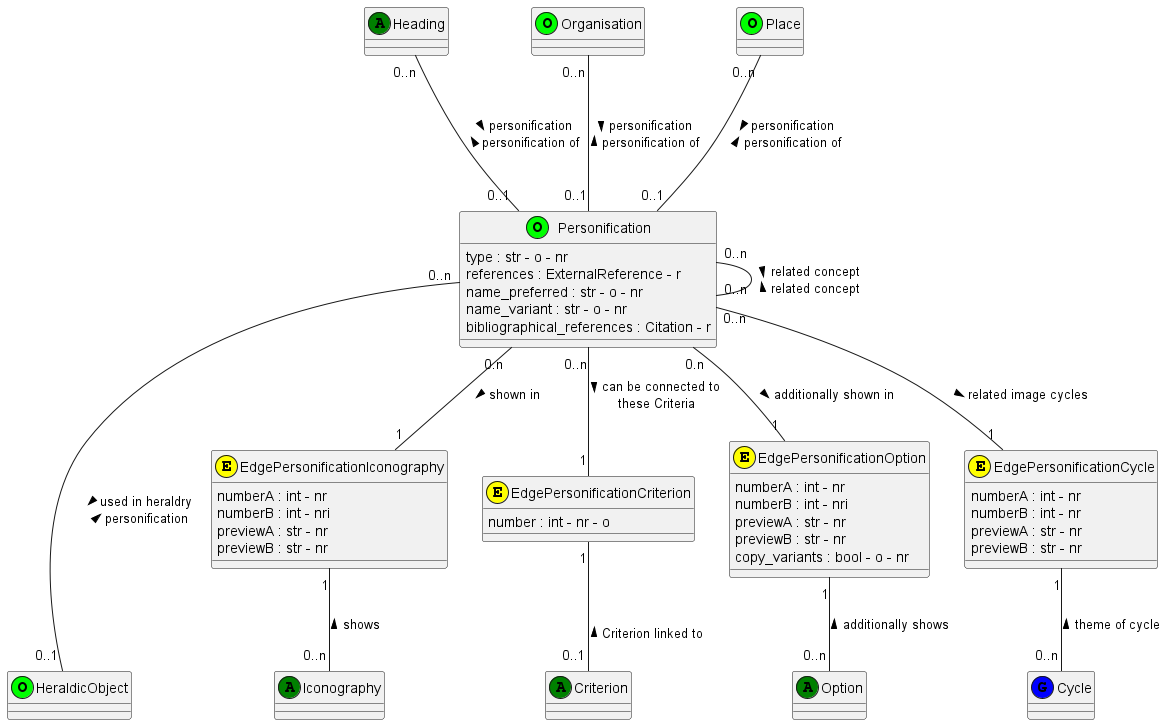
Before: documentation/class_diagrams/Personification.png, a diagram exported from PlantUML (tmasch/bpf_be).
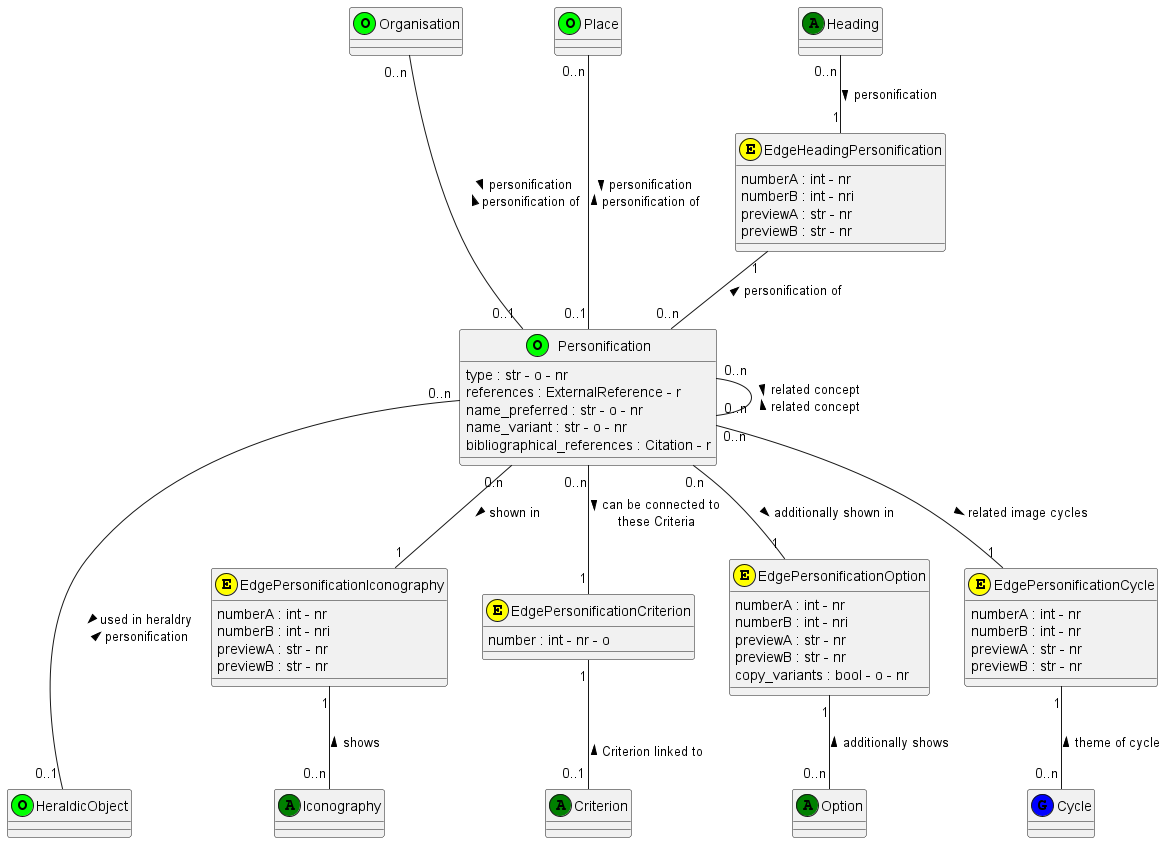
Later version of the same file.

What changed in the source:
```diff
@@ -22,6 +22,11 @@
 
 class HeraldicObject <<(O,lime)>>
 
+class EdgeHeadingPersonification  <<(E,yellow)>>
+EdgeHeadingPersonification : numberA : int - nr
+EdgeHeadingPersonification : numberB : int - nri
+EdgeHeadingPersonification : previewA : str - nr
+EdgeHeadingPersonification : previewB : str - nr
 
 class EdgePersonificationIconography <<(E,yellow)>>
 EdgePersonificationIconography : numberA : int - nr
@@ -46,7 +51,8 @@
 EdgePersonificationCycle : previewB : str - nr
 
 
-Heading "0..n" --- "0..1" Personification: > personification \n personification of <
+Heading "0..n" -- "1" EdgeHeadingPersonification : > personification
+EdgeHeadingPersonification "1" -- "0..n" Personification :  personification of <
 
 Organisation "0..n" --- "0..1" Personification: > personification \n personification of <
 
```
